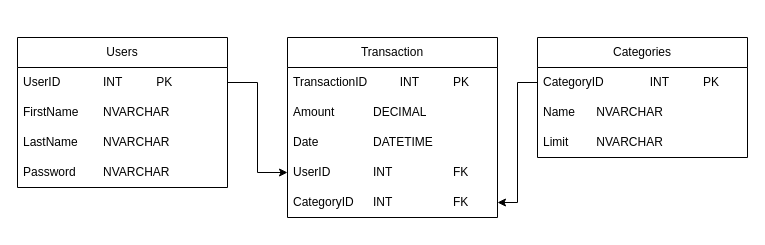
Before: BudgetTrackerNavrhDB.drawio in Cernousekkk/BudgetTracker, a draw.io diagram. Source tidied: cells renumbered, new cells numbered last; positions are measured from the earlier drawing's top-left corner, leaving out a move shared by most shapes. Both pictures are drawn from the tidied source at 100%, with x=0, y=0 at pixel (17, 37).
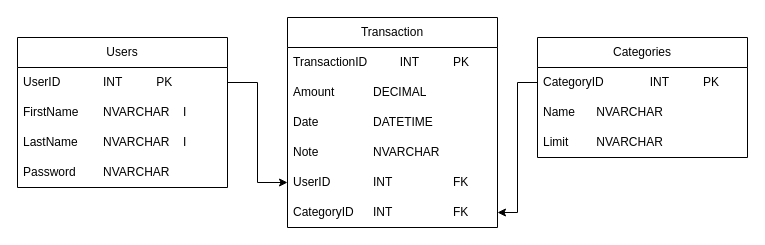
The same page after the edit.

The edit, as a diff of the source:
```diff
@@
 <mxGraphModel>
   <root>
     <mxCell id="0" />
     <mxCell id="1" parent="0" />
     <mxCell id="2" value="Users" style="swimlane;fontStyle=0;horizontal=1;startSize=30;whiteSpace=wrap;html=1;" parent="1" vertex="1">
       <mxGeometry width="210" height="150" as="geometry" />
     </mxCell>
     <mxCell id="3" value="UserID&lt;span style=&quot;white-space: pre;&quot;&gt;&#9;&lt;span style=&quot;white-space: pre;&quot;&gt;&#9;&lt;/span&gt;&lt;/span&gt;INT&lt;span style=&quot;white-space: pre;&quot;&gt;&#9;&lt;/span&gt;&lt;span style=&quot;white-space: pre;&quot;&gt;&#9;&lt;/span&gt;PK" style="text;strokeColor=none;fillColor=none;align=left;verticalAlign=middle;spacingLeft=4;spacingRight=4;overflow=hidden;points=[[0,0.5],[1,0.5]];portConstraint=eastwest;whiteSpace=wrap;html=1;" parent="2" vertex="1">
       <mxGeometry y="30" width="210" height="30" as="geometry" />
     </mxCell>
-    <mxCell id="4" value="FirstName &lt;span style=&quot;white-space: pre;&quot;&gt;&#9;&lt;/span&gt;NVARCHAR" style="text;strokeColor=none;fillColor=none;align=left;verticalAlign=middle;spacingLeft=4;spacingRight=4;overflow=hidden;whiteSpace=wrap;html=1;" parent="2" vertex="1">
+    <mxCell id="4" value="FirstName &lt;span style=&quot;white-space: pre;&quot;&gt;&#9;&lt;/span&gt;NVARCHAR&lt;span style=&quot;white-space: pre;&quot;&gt;&#9;&lt;/span&gt;I" style="text;strokeColor=none;fillColor=none;align=left;verticalAlign=middle;spacingLeft=4;spacingRight=4;overflow=hidden;whiteSpace=wrap;html=1;" parent="2" vertex="1">
       <mxGeometry y="60" width="210" height="30" as="geometry" />
     </mxCell>
-    <mxCell id="5" value="LastName&lt;span style=&quot;white-space: pre;&quot;&gt;&#9;&lt;/span&gt;NVARCHAR" style="text;strokeColor=none;fillColor=none;align=left;verticalAlign=middle;spacingLeft=4;spacingRight=4;overflow=hidden;whiteSpace=wrap;html=1;" parent="2" vertex="1">
+    <mxCell id="5" value="LastName&lt;span style=&quot;white-space: pre;&quot;&gt;&#9;&lt;/span&gt;NVARCHAR&lt;span style=&quot;white-space: pre;&quot;&gt;&#9;&lt;/span&gt;I" style="text;strokeColor=none;fillColor=none;align=left;verticalAlign=middle;spacingLeft=4;spacingRight=4;overflow=hidden;whiteSpace=wrap;html=1;" parent="2" vertex="1">
       <mxGeometry y="90" width="210" height="30" as="geometry" />
     </mxCell>
     <mxCell id="6" value="Password&lt;span style=&quot;white-space: pre;&quot;&gt;&#9;&lt;/span&gt;NVARCHAR" style="text;strokeColor=none;fillColor=none;align=left;verticalAlign=middle;spacingLeft=4;spacingRight=4;overflow=hidden;whiteSpace=wrap;html=1;" parent="2" vertex="1">
       <mxGeometry y="120" width="210" height="30" as="geometry" />
     </mxCell>
     <mxCell id="7" value="Categories" style="swimlane;fontStyle=0;horizontal=1;startSize=30;whiteSpace=wrap;html=1;" parent="1" vertex="1">
       <mxGeometry x="520" width="210" height="120" as="geometry" />
     </mxCell>
     <mxCell id="8" value="CategoryID&lt;span style=&quot;white-space: pre;&quot;&gt;&#9;&lt;span style=&quot;white-space: pre;&quot;&gt;&#9;&lt;/span&gt;&lt;/span&gt;INT&lt;span style=&quot;white-space: pre;&quot;&gt;&#9;&lt;/span&gt;&lt;span style=&quot;white-space: pre;&quot;&gt;&#9;&lt;/span&gt;PK" style="text;strokeColor=none;fillColor=none;align=left;verticalAlign=middle;spacingLeft=4;spacingRight=4;overflow=hidden;points=[[0,0.5],[1,0.5]];portConstraint=eastwest;whiteSpace=wrap;html=1;" parent="7" vertex="1">
       <mxGeometry y="30" width="210" height="30" as="geometry" />
     </mxCell>
     <mxCell id="9" value="Name &lt;span style=&quot;white-space: pre;&quot;&gt;&#9;&lt;/span&gt;NVARCHAR" style="text;strokeColor=none;fillColor=none;align=left;verticalAlign=middle;spacingLeft=4;spacingRight=4;overflow=hidden;whiteSpace=wrap;html=1;" parent="7" vertex="1">
       <mxGeometry y="60" width="210" height="30" as="geometry" />
     </mxCell>
     <mxCell id="10" value="Limit&lt;span style=&quot;white-space: pre;&quot;&gt;&#9;&lt;/span&gt;NVARCHAR" style="text;strokeColor=none;fillColor=none;align=left;verticalAlign=middle;spacingLeft=4;spacingRight=4;overflow=hidden;whiteSpace=wrap;html=1;" parent="7" vertex="1">
       <mxGeometry y="90" width="210" height="30" as="geometry" />
     </mxCell>
     <mxCell id="11" value="Transaction" style="swimlane;fontStyle=0;horizontal=1;startSize=30;whiteSpace=wrap;html=1;" parent="1" vertex="1">
-      <mxGeometry x="270" width="210" height="180" as="geometry" />
+      <mxGeometry x="270" y="-20" width="210" height="210" as="geometry" />
     </mxCell>
     <mxCell id="12" value="TransactionID&lt;span style=&quot;white-space: pre;&quot;&gt;&#9;&lt;span style=&quot;white-space: pre;&quot;&gt;&#9;&lt;/span&gt;&lt;/span&gt;INT&lt;span style=&quot;white-space: pre;&quot;&gt;&#9;&lt;/span&gt;&lt;span style=&quot;white-space: pre;&quot;&gt;&#9;&lt;/span&gt;PK" style="text;strokeColor=none;fillColor=none;align=left;verticalAlign=middle;spacingLeft=4;spacingRight=4;overflow=hidden;whiteSpace=wrap;html=1;" parent="11" vertex="1">
       <mxGeometry y="30" width="210" height="30" as="geometry" />
     </mxCell>
     <mxCell id="13" value="Amount&lt;span style=&quot;white-space: pre;&quot;&gt;&#9;&lt;span style=&quot;white-space: pre;&quot;&gt;&#9;&lt;/span&gt;D&lt;/span&gt;ECIMAL" style="text;strokeColor=none;fillColor=none;align=left;verticalAlign=middle;spacingLeft=4;spacingRight=4;overflow=hidden;whiteSpace=wrap;html=1;" parent="11" vertex="1">
       <mxGeometry y="60" width="210" height="30" as="geometry" />
     </mxCell>
     <mxCell id="14" value="Date&lt;span style=&quot;white-space: pre;&quot;&gt;&#9;&lt;/span&gt;&lt;span style=&quot;white-space: pre;&quot;&gt;&#9;&lt;/span&gt;DATETIME" style="text;strokeColor=none;fillColor=none;align=left;verticalAlign=middle;spacingLeft=4;spacingRight=4;overflow=hidden;whiteSpace=wrap;html=1;" parent="11" vertex="1">
       <mxGeometry y="90" width="210" height="30" as="geometry" />
     </mxCell>
+    <mxCell id="19" value="Note&lt;span style=&quot;white-space: pre;&quot;&gt;&#9;&lt;/span&gt;&lt;span style=&quot;white-space: pre;&quot;&gt;&#9;&lt;/span&gt;NVARCHAR" style="text;strokeColor=none;fillColor=none;align=left;verticalAlign=middle;spacingLeft=4;spacingRight=4;overflow=hidden;whiteSpace=wrap;html=1;" parent="11" vertex="1">
+      <mxGeometry y="120" width="210" height="30" as="geometry" />
+    </mxCell>
     <mxCell id="15" value="UserID&amp;nbsp;&lt;span style=&quot;white-space: pre;&quot;&gt;&#9;&lt;/span&gt;&lt;span style=&quot;white-space: pre;&quot;&gt;&#9;&lt;/span&gt;INT&lt;span style=&quot;white-space: pre;&quot;&gt;&#9;&lt;/span&gt;&lt;span style=&quot;white-space: pre;&quot;&gt;&#9;&lt;/span&gt;&lt;span style=&quot;white-space: pre;&quot;&gt;&#9;&lt;/span&gt;FK" style="text;strokeColor=none;fillColor=none;align=left;verticalAlign=middle;spacingLeft=4;spacingRight=4;overflow=hidden;points=[[0,0.5],[1,0.5]];portConstraint=eastwest;whiteSpace=wrap;html=1;" parent="11" vertex="1">
-      <mxGeometry y="120" width="210" height="30" as="geometry" />
+      <mxGeometry y="150" width="210" height="30" as="geometry" />
     </mxCell>
     <mxCell id="16" value="CategoryID&lt;span style=&quot;white-space: pre;&quot;&gt;&#9;&lt;/span&gt;INT&lt;span style=&quot;white-space: pre;&quot;&gt;&#9;&lt;/span&gt;&lt;span style=&quot;white-space: pre;&quot;&gt;&#9;&lt;/span&gt;&lt;span style=&quot;white-space: pre;&quot;&gt;&#9;&lt;/span&gt;FK" style="text;strokeColor=none;fillColor=none;align=left;verticalAlign=middle;spacingLeft=4;spacingRight=4;overflow=hidden;points=[[0,0.5],[1,0.5]];portConstraint=eastwest;whiteSpace=wrap;html=1;" parent="11" vertex="1">
-      <mxGeometry y="150" width="210" height="30" as="geometry" />
+      <mxGeometry y="180" width="210" height="30" as="geometry" />
     </mxCell>
     <mxCell id="17" style="edgeStyle=orthogonalEdgeStyle;rounded=0;jettySize=auto;html=1;entryX=0;entryY=0.5;entryDx=0;entryDy=0;" parent="1" edge="1" source="3" target="15">
       <mxGeometry relative="1" as="geometry" />
     </mxCell>
     <mxCell id="18" style="edgeStyle=orthogonalEdgeStyle;rounded=0;jettySize=auto;html=1;entryX=1;entryY=0.5;entryDx=0;entryDy=0;" parent="1" edge="1" source="8" target="16">
       <mxGeometry relative="1" as="geometry" />
     </mxCell>
   </root>
 </mxGraphModel>
```
